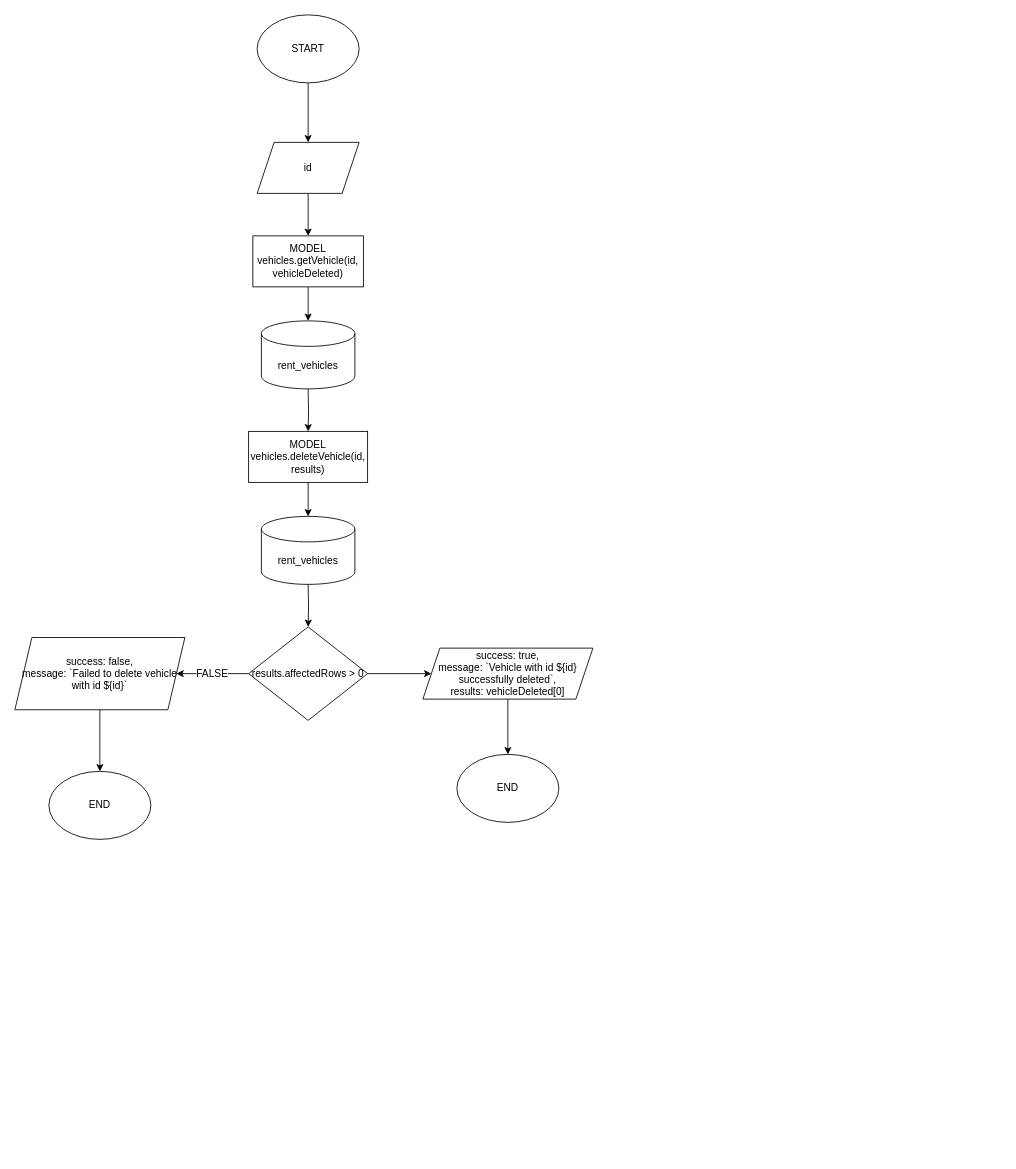
Above: page "delete vehicle" (6 of 6) of flowchart&ERD/vehicles.drawio in rintosaputro/fw5-backend-beginner (draw.io), before the change. Source tidied: cells renumbered, new cells numbered last; positions are measured from the earlier drawing's top-left corner, leaving out a move shared by most shapes. Both pictures are drawn from the tidied source at 85%, with x=0, y=0 at pixel (14, 14).
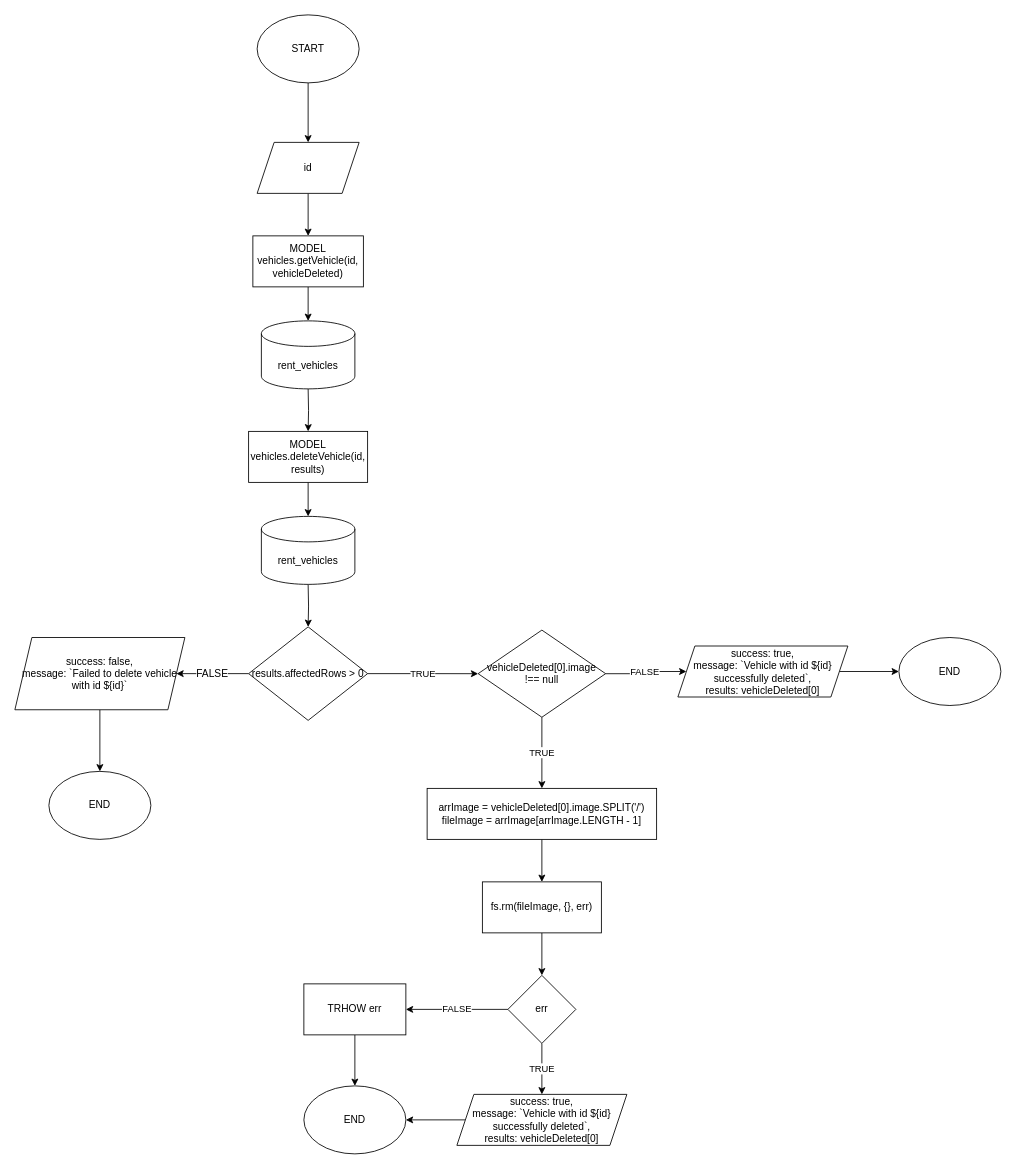
After the change.

Commit message (it also covers changes not shown here):
fix: flowchart and delete vehicles

The change refers to these unchanged cells:
```xml
<mxCell id="15" value="results.affectedRows &amp;gt; 0" style="rhombus;whiteSpace=wrap;html=1;fontSize=12;" parent="1" vertex="1">
  <mxGeometry x="275" y="720" width="140" height="110" as="geometry" />
</mxCell>
```

What changed in the source:
```diff
@@
-    <mxCell id="14" style="edgeStyle=orthogonalEdgeStyle;rounded=0;jettySize=auto;html=1;fontSize=12;" parent="1" edge="1" source="15" target="20">
-      <mxGeometry relative="1" as="geometry" />
-    </mxCell>
+    <mxCell id="23" value="TRUE" style="edgeStyle=orthogonalEdgeStyle;rounded=0;jettySize=auto;html=1;" parent="1" edge="1" source="15" target="35">
+      <mxGeometry relative="1" as="geometry" />
+    </mxCell>
@@
     <mxCell id="20" value="success: true,&lt;br&gt;message: `Vehicle with id ${id} successfully deleted`,&lt;br&gt;results: vehicleDeleted[0]" style="shape=parallelogram;perimeter=parallelogramPerimeter;whiteSpace=wrap;html=1;fixedSize=1;fontSize=12;" parent="1" vertex="1">
-      <mxGeometry x="480" y="745" width="200" height="60" as="geometry" />
+      <mxGeometry x="520" y="1270" width="200" height="60" as="geometry" />
     </mxCell>
     <mxCell id="21" value="END" style="ellipse;whiteSpace=wrap;html=1;fontSize=12;" parent="1" vertex="1">
-      <mxGeometry x="520" y="870" width="120" height="80" as="geometry" />
+      <mxGeometry x="340" y="1260" width="120" height="80" as="geometry" />
     </mxCell>
@@
+    <mxCell id="24" style="edgeStyle=orthogonalEdgeStyle;rounded=0;jettySize=auto;html=1;" parent="1" edge="1" source="25" target="27">
+      <mxGeometry relative="1" as="geometry" />
+    </mxCell>
+    <mxCell id="25" value="arrImage = vehicleDeleted[0].image.SPLIT('/')&lt;br&gt;fileImage = arrImage[arrImage.LENGTH - 1]" style="rounded=0;whiteSpace=wrap;html=1;" parent="1" vertex="1">
+      <mxGeometry x="485" y="910" width="270" height="60" as="geometry" />
+    </mxCell>
+    <mxCell id="26" style="edgeStyle=orthogonalEdgeStyle;rounded=0;jettySize=auto;html=1;" parent="1" edge="1" source="27" target="30">
+      <mxGeometry relative="1" as="geometry" />
+    </mxCell>
+    <mxCell id="27" value="fs.rm(fileImage, {}, err)" style="rounded=0;whiteSpace=wrap;html=1;" parent="1" vertex="1">
+      <mxGeometry x="550" y="1020" width="140" height="60" as="geometry" />
+    </mxCell>
+    <mxCell id="28" value="FALSE" style="edgeStyle=orthogonalEdgeStyle;rounded=0;jettySize=auto;html=1;" parent="1" edge="1" source="30" target="32">
+      <mxGeometry relative="1" as="geometry" />
+    </mxCell>
+    <mxCell id="29" value="TRUE" style="edgeStyle=orthogonalEdgeStyle;rounded=0;jettySize=auto;html=1;" parent="1" edge="1" source="30" target="20">
+      <mxGeometry relative="1" as="geometry" />
+    </mxCell>
+    <mxCell id="30" value="err" style="rhombus;whiteSpace=wrap;html=1;" parent="1" vertex="1">
+      <mxGeometry x="580" y="1130" width="80" height="80" as="geometry" />
+    </mxCell>
+    <mxCell id="31" style="edgeStyle=orthogonalEdgeStyle;rounded=0;jettySize=auto;html=1;" parent="1" edge="1" source="32" target="21">
+      <mxGeometry relative="1" as="geometry" />
+    </mxCell>
+    <mxCell id="32" value="TRHOW err" style="rounded=0;whiteSpace=wrap;html=1;" parent="1" vertex="1">
+      <mxGeometry x="340" y="1140" width="120" height="60" as="geometry" />
+    </mxCell>
+    <mxCell id="33" value="TRUE" style="edgeStyle=orthogonalEdgeStyle;rounded=0;jettySize=auto;html=1;" parent="1" edge="1" source="35" target="25">
+      <mxGeometry relative="1" as="geometry" />
+    </mxCell>
+    <mxCell id="34" value="FALSE" style="edgeStyle=orthogonalEdgeStyle;rounded=0;jettySize=auto;html=1;" parent="1" edge="1" source="35" target="37">
+      <mxGeometry relative="1" as="geometry" />
+    </mxCell>
+    <mxCell id="35" value="vehicleDeleted[0].image !== null" style="rhombus;whiteSpace=wrap;html=1;" parent="1" vertex="1">
+      <mxGeometry x="545" y="723.8" width="150" height="102.5" as="geometry" />
+    </mxCell>
+    <mxCell id="36" style="edgeStyle=orthogonalEdgeStyle;rounded=0;jettySize=auto;html=1;fontSize=12;" parent="1" edge="1" source="37" target="38">
+      <mxGeometry relative="1" as="geometry" />
+    </mxCell>
+    <mxCell id="37" value="success: true,&lt;br&gt;message: `Vehicle with id ${id} successfully deleted`,&lt;br&gt;results: vehicleDeleted[0]" style="shape=parallelogram;perimeter=parallelogramPerimeter;whiteSpace=wrap;html=1;fixedSize=1;fontSize=12;" parent="1" vertex="1">
+      <mxGeometry x="780" y="742.5" width="200" height="60" as="geometry" />
+    </mxCell>
+    <mxCell id="38" value="END" style="ellipse;whiteSpace=wrap;html=1;fontSize=12;" parent="1" vertex="1">
+      <mxGeometry x="1040" y="732.5" width="120" height="80" as="geometry" />
+    </mxCell>
```
